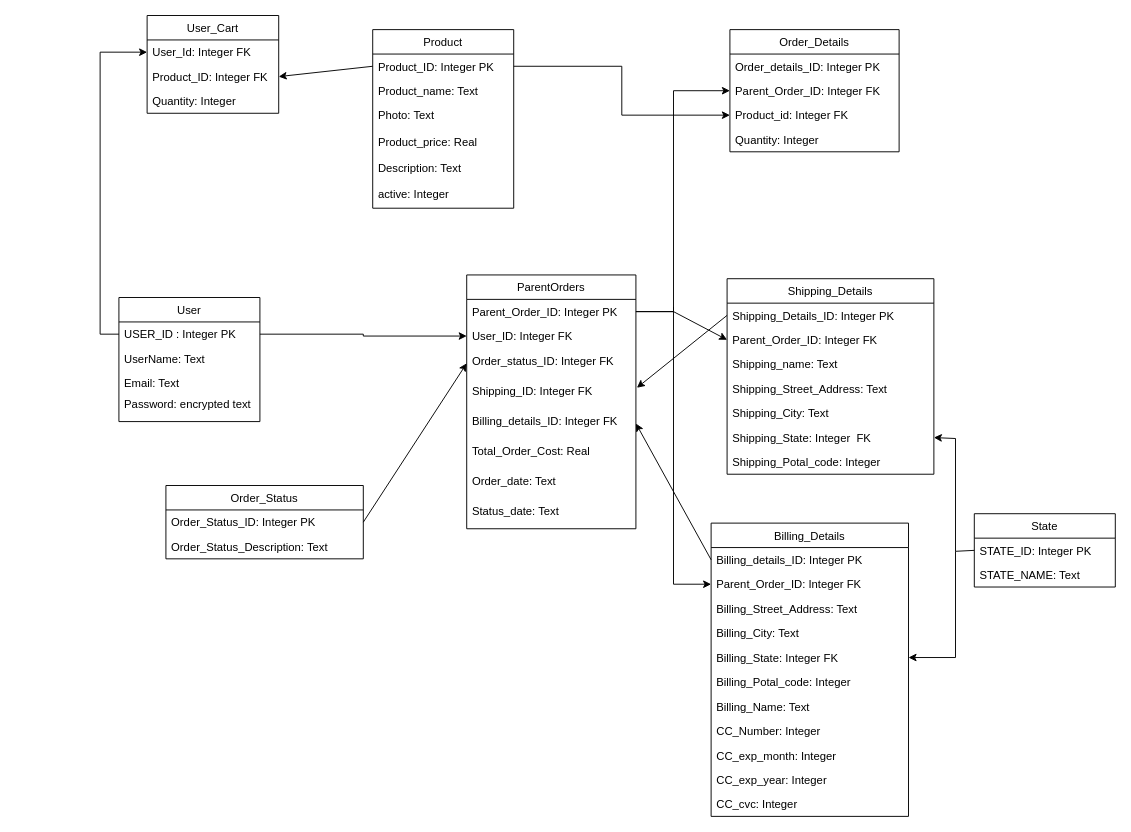
Earlier version of the draw.io diagram Database/ER Diagram.drawio (kimlake117/KWW). Source tidied: cells renumbered, new cells numbered last; positions are measured from the earlier drawing's top-left corner, leaving out a move shared by most shapes. Both pictures are drawn from the tidied source at 94%, with x=0, y=0 at pixel (118, 15).
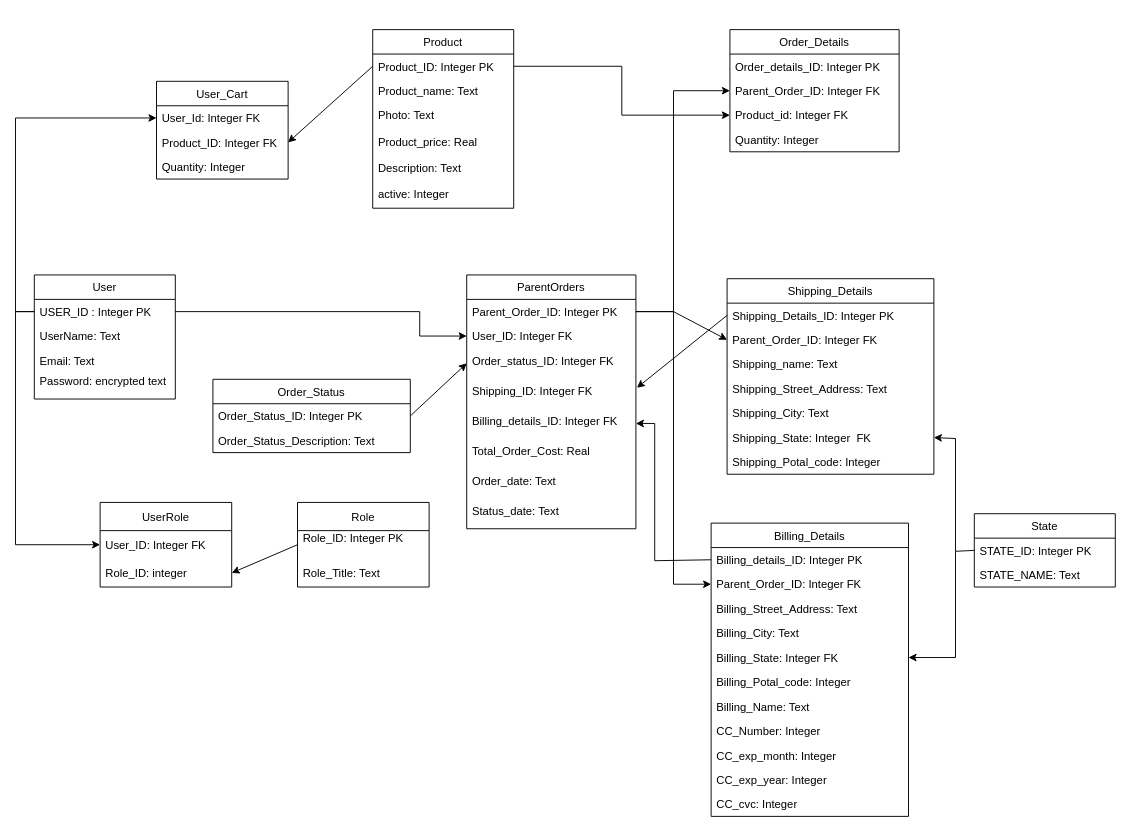
After the change.

Unchanged cells that the change refers to:
```xml
<mxCell id="3" value="USER_ID : Integer PK" style="text;strokeColor=none;fillColor=none;align=left;verticalAlign=top;spacingLeft=4;spacingRight=4;overflow=hidden;points=[[0,0.5],[1,0.5]];portConstraint=eastwest;" parent="2" vertex="1">
  <mxGeometry y="26" width="150" height="26" as="geometry" />
</mxCell>
<mxCell id="13" value="User_ID: Integer FK" style="text;strokeColor=none;fillColor=none;align=left;verticalAlign=top;spacingLeft=4;spacingRight=4;overflow=hidden;points=[[0,0.5],[1,0.5]];portConstraint=eastwest;" parent="11" vertex="1">
  <mxGeometry y="52" width="180" height="26" as="geometry" />
</mxCell>
<mxCell id="16" value="Billing_details_ID: Integer FK" style="text;strokeColor=none;fillColor=none;align=left;verticalAlign=top;spacingLeft=4;spacingRight=4;overflow=hidden;points=[[0,0.5],[1,0.5]];portConstraint=eastwest;" parent="11" vertex="1">
  <mxGeometry y="142" width="180" height="32" as="geometry" />
</mxCell>
<mxCell id="40" value="Billing_details_ID: Integer PK" style="text;strokeColor=none;fillColor=none;align=left;verticalAlign=top;spacingLeft=4;spacingRight=4;overflow=hidden;points=[[0,0.5],[1,0.5]];portConstraint=eastwest;" parent="39" vertex="1">
  <mxGeometry y="26" width="210" height="26" as="geometry" />
</mxCell>
```

Diff of the diagram source:
```diff
@@
     <mxCell id="2" value="User" style="swimlane;fontStyle=0;horizontal=1;startSize=26;fillColor=none;" parent="1" vertex="1">
-      <mxGeometry y="300" width="150" height="132" as="geometry" />
+      <mxGeometry x="-90" y="276" width="150" height="132" as="geometry" />
     </mxCell>
@@
     <mxCell id="25" value="Order_Status" style="swimlane;fontStyle=0;horizontal=1;startSize=26;fillColor=none;" parent="1" vertex="1">
-      <mxGeometry x="50" y="500" width="210" height="78" as="geometry" />
+      <mxGeometry x="100" y="387" width="210" height="78" as="geometry" />
     </mxCell>
@@
     <mxCell id="51" value="User_Cart" style="swimlane;fontStyle=0;horizontal=1;startSize=26;fillColor=none;" parent="1" vertex="1">
-      <mxGeometry x="30" width="140" height="104" as="geometry" />
+      <mxGeometry x="40" y="70" width="140" height="104" as="geometry" />
     </mxCell>
@@
     <mxCell id="58" style="edgeStyle=orthogonalEdgeStyle;rounded=0;jettySize=auto;html=1;exitX=1;exitY=0.5;exitDx=0;exitDy=0;entryX=0;entryY=0.5;entryDx=0;entryDy=0;" parent="1" edge="1" source="3" target="13">
-      <mxGeometry relative="1" as="geometry" />
+      <mxGeometry relative="1" as="geometry">
+        <Array as="points">
+          <mxPoint x="320" y="315" />
+          <mxPoint x="320" y="341" />
+        </Array>
+      </mxGeometry>
     </mxCell>
@@
     <mxCell id="60" style="endArrow=classic;html=1;rounded=0;exitX=0;exitY=0.5;exitDx=0;exitDy=0;entryX=1;entryY=0.5;entryDx=0;entryDy=0;" parent="1" edge="1" source="40" target="16">
-      <mxGeometry relative="1" as="geometry" />
+      <mxGeometry relative="1" as="geometry">
+        <Array as="points">
+          <mxPoint x="570" y="580" />
+          <mxPoint x="570" y="434" />
+        </Array>
+      </mxGeometry>
     </mxCell>
@@
+    <mxCell id="67" value="Role" style="swimlane;fontStyle=0;horizontal=1;startSize=30;" parent="1" vertex="1">
+      <mxGeometry x="190" y="518" width="140" height="90" as="geometry" />
+    </mxCell>
+    <mxCell id="68" value="Role_ID: Integer PK   &#10;" style="text;strokeColor=none;fillColor=none;align=left;verticalAlign=middle;spacingLeft=4;spacingRight=4;overflow=hidden;points=[[0,0.5],[1,0.5]];portConstraint=eastwest;" parent="67" vertex="1">
+      <mxGeometry y="30" width="140" height="30" as="geometry" />
+    </mxCell>
+    <mxCell id="69" value="Role_Title: Text" style="text;strokeColor=none;fillColor=none;align=left;verticalAlign=middle;spacingLeft=4;spacingRight=4;overflow=hidden;" parent="67" vertex="1">
+      <mxGeometry y="60" width="140" height="30" as="geometry" />
+    </mxCell>
+    <mxCell id="70" value="UserRole" style="swimlane;fontStyle=0;horizontal=1;startSize=30;" parent="1" vertex="1">
+      <mxGeometry x="-20" y="518" width="140" height="90" as="geometry" />
+    </mxCell>
+    <mxCell id="71" value="User_ID: Integer FK" style="text;strokeColor=none;fillColor=none;align=left;verticalAlign=middle;spacingLeft=4;spacingRight=4;overflow=hidden;points=[[0,0.5],[1,0.5]];portConstraint=eastwest;" parent="70" vertex="1">
+      <mxGeometry y="30" width="140" height="30" as="geometry" />
+    </mxCell>
+    <mxCell id="72" value="Role_ID: integer" style="text;strokeColor=none;fillColor=none;align=left;verticalAlign=middle;spacingLeft=4;spacingRight=4;overflow=hidden;points=[[0,0.5],[1,0.5]];portConstraint=eastwest;" parent="70" vertex="1">
+      <mxGeometry y="60" width="140" height="30" as="geometry" />
+    </mxCell>
+    <mxCell id="73" style="endArrow=classic;html=1;rounded=0;exitX=0;exitY=0.5;exitDx=0;exitDy=0;entryX=0;entryY=0.5;entryDx=0;entryDy=0;" parent="1" edge="1" source="3" target="71">
+      <mxGeometry relative="1" as="geometry">
+        <Array as="points">
+          <mxPoint x="-110" y="315" />
+          <mxPoint x="-110" y="563" />
+        </Array>
+      </mxGeometry>
+    </mxCell>
+    <mxCell id="74" style="endArrow=classic;html=1;rounded=0;exitX=0;exitY=0.5;exitDx=0;exitDy=0;entryX=1;entryY=0.5;entryDx=0;entryDy=0;" parent="1" edge="1" source="68" target="72">
+      <mxGeometry relative="1" as="geometry" />
+    </mxCell>
```
